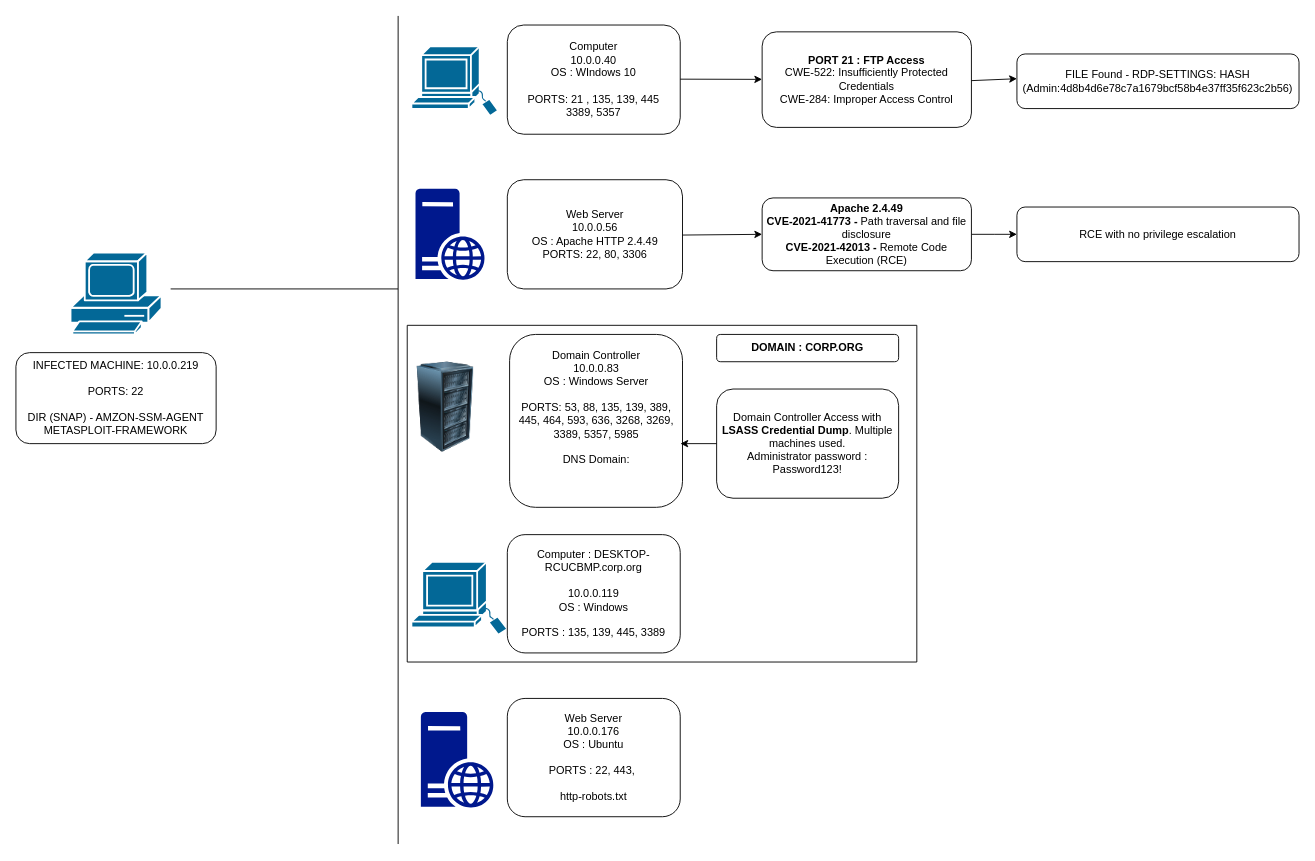
RODMS1/ICC-03-personal-repo keeps this draw.io diagram as Exercises/FinalProject.drawio. Above is the earlier version. Source tidied: cells renumbered, new cells numbered last; positions are measured from the earlier drawing's top-left corner, leaving out a move shared by most shapes. Both pictures are drawn from the tidied source at 91%, with x=0, y=0 at pixel (15, 15).
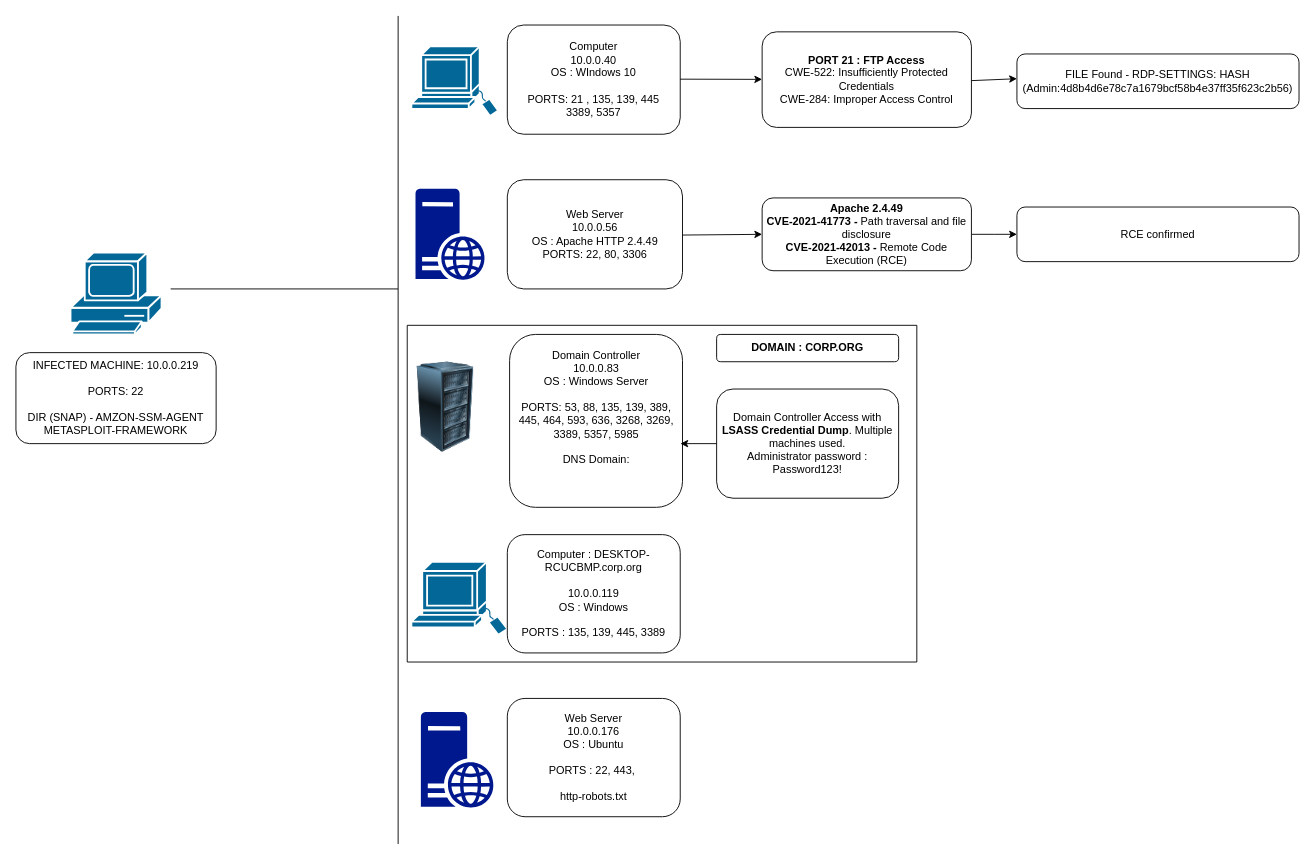
Above is the later version.

Change to the diagram source:
```diff
@@
-    <mxCell id="27" value="RCE with no privilege escalation" style="rounded=1;whiteSpace=wrap;html=1;" parent="1" vertex="1">
+    <mxCell id="27" value="RCE confirmed" style="rounded=1;whiteSpace=wrap;html=1;" parent="1" vertex="1">
       <mxGeometry x="1100" y="210" width="310" height="60" as="geometry" />
     </mxCell>
```
